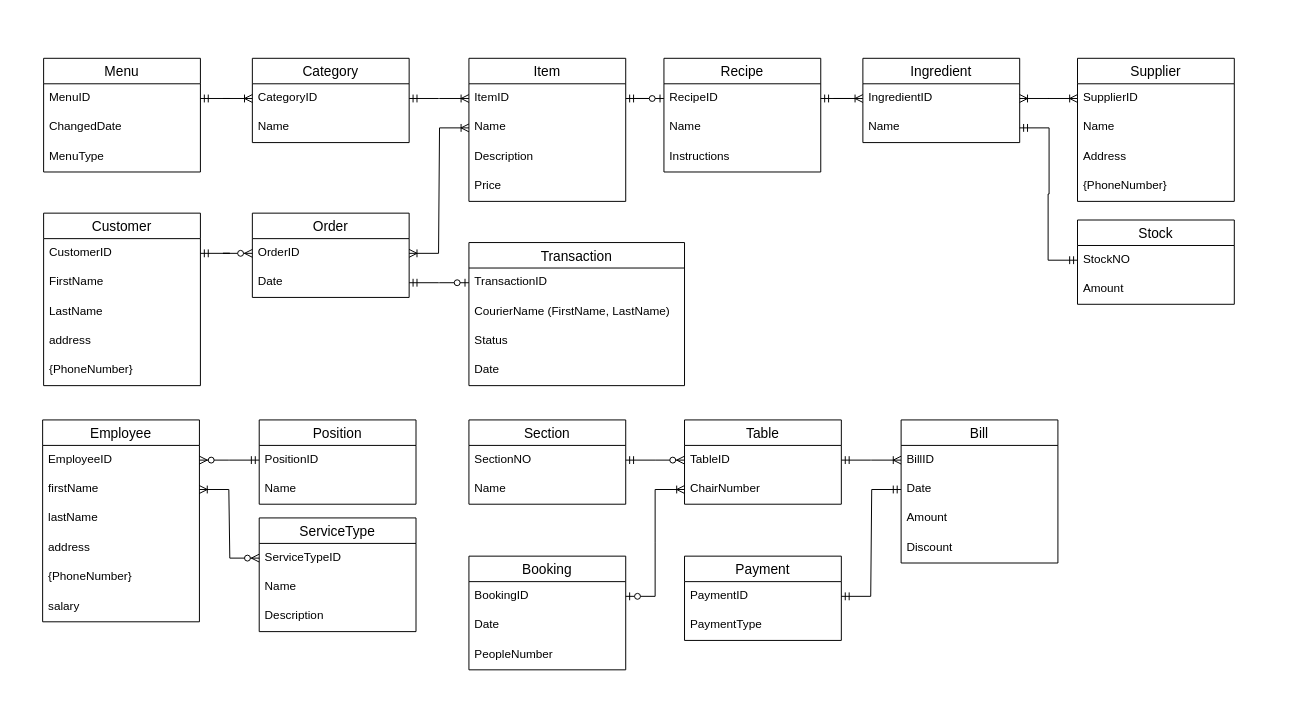
Before: Project/RMS.drawio in veysioz/CSE3055-Database-Systems-2021, a draw.io diagram. Source tidied: cells renumbered, new cells numbered last; positions are measured from the earlier drawing's top-left corner, leaving out a move shared by most shapes. Both pictures are drawn from the tidied source at 98%, with x=0, y=0 at pixel (16, 16).
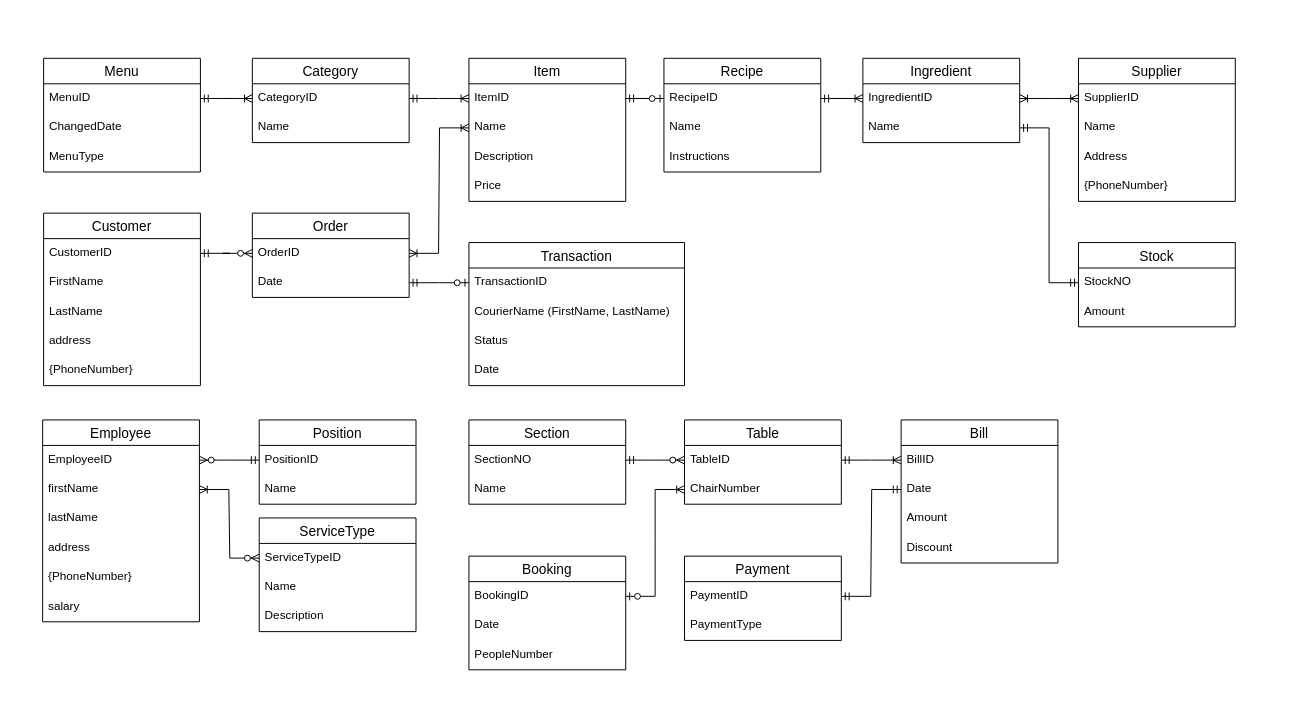
The same diagram, later.

Unchanged cells that the change refers to:
```xml
<mxCell id="48" value="Name" style="text;strokeColor=none;fillColor=none;spacingLeft=4;spacingRight=4;overflow=hidden;points=[[0,0.5],[1,0.5]];portConstraint=eastwest;fontSize=12;" parent="46" vertex="1">
  <mxGeometry y="56" width="160" height="30" as="geometry" />
</mxCell>
<mxCell id="61" value="StockNO" style="text;strokeColor=none;fillColor=none;spacingLeft=4;spacingRight=4;overflow=hidden;points=[[0,0.5],[1,0.5]];portConstraint=eastwest;fontSize=12;" parent="60" vertex="1">
  <mxGeometry y="26" width="160" height="30" as="geometry" />
</mxCell>
```

Change to the diagram source:
```diff
@@
     <mxCell id="60" value="Stock" style="swimlane;fontStyle=0;horizontal=1;startSize=26;align=center;fontSize=14;" parent="1" vertex="1">
-      <mxGeometry x="1083" y="208" width="160" height="86" as="geometry" />
+      <mxGeometry x="1084" y="231" width="160" height="86" as="geometry" />
     </mxCell>
@@
     <mxCell id="63" value="Supplier" style="swimlane;fontStyle=0;horizontal=1;startSize=26;align=center;fontSize=14;" parent="1" vertex="1">
-      <mxGeometry x="1083" y="43" width="160" height="146" as="geometry" />
+      <mxGeometry x="1084" y="43" width="160" height="146" as="geometry" />
     </mxCell>
@@
-    <mxCell id="90" style="edgeStyle=entityRelationEdgeStyle;fontSize=12;html=1;endArrow=ERmandOne;startArrow=ERmandOne;rounded=0;exitX=1;exitY=0.5;exitDx=0;exitDy=0;entryX=0;entryY=0.5;entryDx=0;entryDy=0;" parent="1" edge="1" source="48" target="61">
+    <mxCell id="90" style="edgeStyle=entityRelationEdgeStyle;fontSize=12;html=1;endArrow=ERmandOne;startArrow=ERmandOne;rounded=0;entryX=0;entryY=0.5;entryDx=0;entryDy=0;exitX=1;exitY=0.5;exitDx=0;exitDy=0;" parent="1" edge="1" source="48" target="61">
       <mxGeometry relative="1" as="geometry" />
     </mxCell>
```
